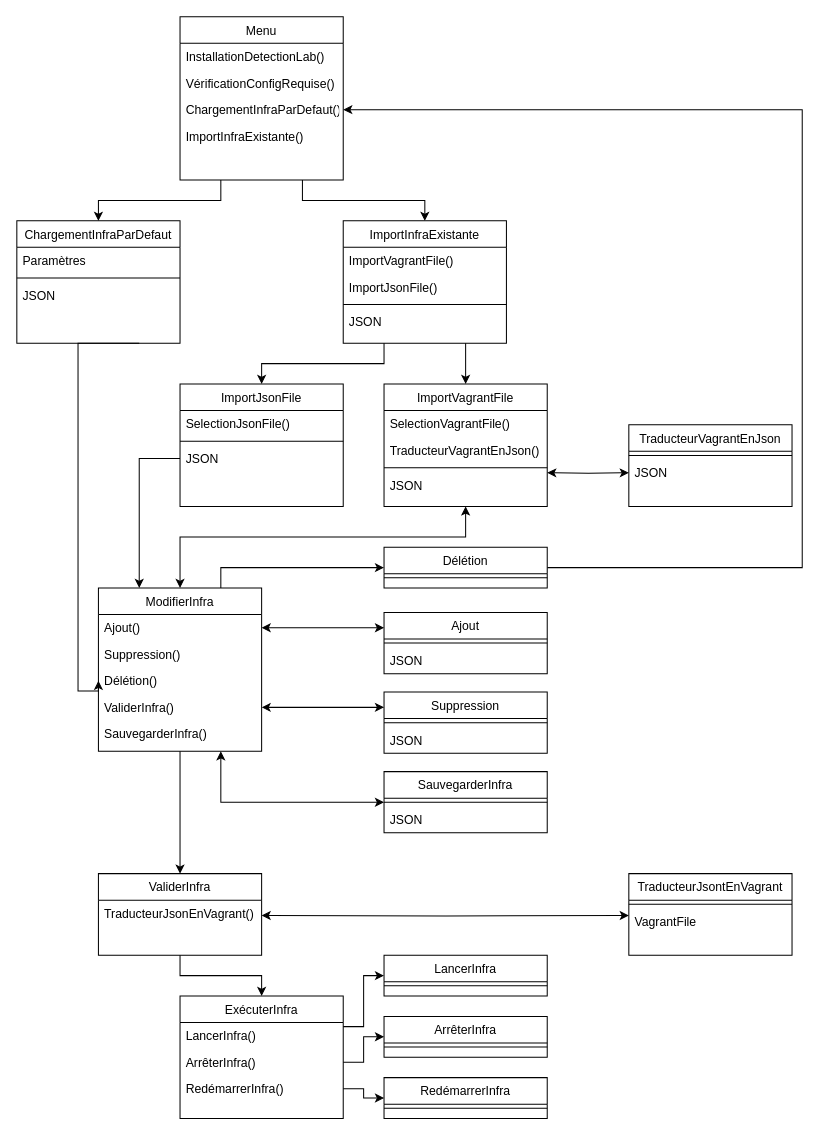
The draw.io diagram UML.drawio in afdun/easydetectionlab, before the edit. Source tidied: cells renumbered, new cells numbered last; positions are measured from the earlier drawing's top-left corner, leaving out a move shared by most shapes. Both pictures are drawn from the tidied source at 102%, with x=0, y=0 at pixel (16, 16).
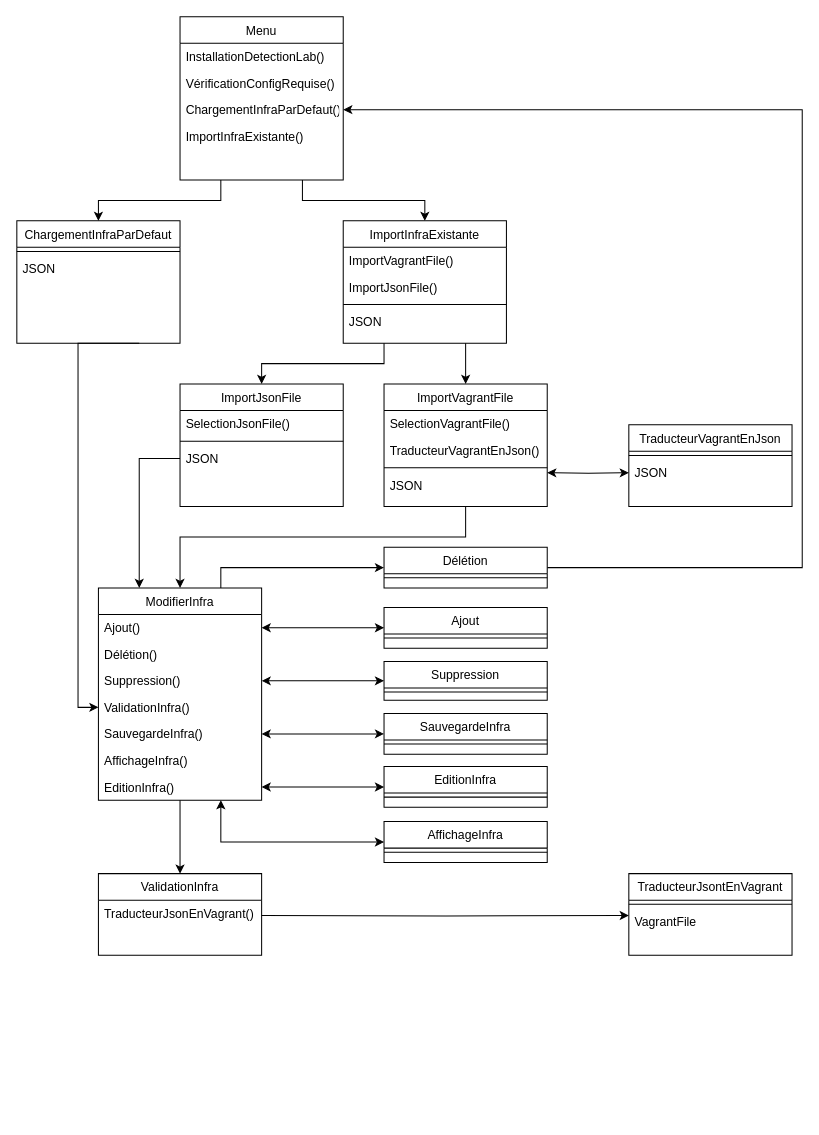
The same page after the edit.

The change refers to these unchanged cells:
```xml
<mxCell id="18" value="Ajout()" style="text;align=left;verticalAlign=top;spacingLeft=4;spacingRight=4;overflow=hidden;points=[[0,0.5],[1,0.5]];portConstraint=eastwest;" parent="17" vertex="1">
  <mxGeometry y="26" width="160" height="26" as="geometry" />
</mxCell>
<mxCell id="24" value="ChargementInfraParDefaut" style="swimlane;fontStyle=0;align=center;verticalAlign=top;horizontal=1;startSize=26;rounded=0;shadow=0;strokeWidth=1;" parent="1" vertex="1">
  <mxGeometry y="200" width="160" height="120" as="geometry" />
</mxCell>
<mxCell id="51" value="ImportVagrantFile" style="swimlane;fontStyle=0;align=center;verticalAlign=top;horizontal=1;startSize=26;rounded=0;shadow=0;strokeWidth=1;" parent="1" vertex="1">
  <mxGeometry x="360" y="360" width="160" height="120" as="geometry" />
</mxCell>
<mxCell id="66" value="VagrantFile" style="text;align=left;verticalAlign=top;spacingLeft=4;spacingRight=4;overflow=hidden;points=[[0,0.5],[1,0.5]];portConstraint=eastwest;" parent="64" vertex="1">
  <mxGeometry y="34" width="160" height="26" as="geometry" />
</mxCell>
```

Diff of the diagram source:
```diff
@@
-    <mxCell id="16" style="edgeStyle=orthogonalEdgeStyle;rounded=0;jettySize=auto;html=1;exitX=0.75;exitY=1;exitDx=0;exitDy=0;entryX=0;entryY=0.5;entryDx=0;entryDy=0;startArrow=classic;startFill=1;" parent="1" edge="1" source="17" target="38">
-      <mxGeometry relative="1" as="geometry" />
-    </mxCell>
+    <mxCell id="79" style="edgeStyle=orthogonalEdgeStyle;rounded=0;jettySize=auto;html=1;exitX=0.75;exitY=1;exitDx=0;exitDy=0;entryX=0;entryY=0.5;entryDx=0;entryDy=0;startArrow=classic;startFill=1;" parent="1" edge="1" source="17" target="84">
+      <mxGeometry relative="1" as="geometry" />
+    </mxCell>
     <mxCell id="17" value="ModifierInfra" style="swimlane;fontStyle=0;align=center;verticalAlign=top;horizontal=1;startSize=26;rounded=0;shadow=0;strokeWidth=1;" parent="1" vertex="1">
-      <mxGeometry x="80" y="560" width="160" height="160" as="geometry" />
+      <mxGeometry x="80" y="560" width="160" height="208" as="geometry" />
     </mxCell>
@@
+    <mxCell id="20" value="Délétion()" style="text;align=left;verticalAlign=top;spacingLeft=4;spacingRight=4;overflow=hidden;points=[[0,0.5],[1,0.5]];portConstraint=eastwest;" parent="17" vertex="1">
+      <mxGeometry y="52" width="160" height="26" as="geometry" />
+    </mxCell>
     <mxCell id="19" value="Suppression()" style="text;align=left;verticalAlign=top;spacingLeft=4;spacingRight=4;overflow=hidden;points=[[0,0.5],[1,0.5]];portConstraint=eastwest;" parent="17" vertex="1">
-      <mxGeometry y="52" width="160" height="26" as="geometry" />
+      <mxGeometry y="78" width="160" height="26" as="geometry" />
     </mxCell>
-    <mxCell id="20" value="Délétion()" style="text;align=left;verticalAlign=top;spacingLeft=4;spacingRight=4;overflow=hidden;points=[[0,0.5],[1,0.5]];portConstraint=eastwest;" parent="17" vertex="1">
-      <mxGeometry y="78" width="160" height="26" as="geometry" />
-    </mxCell>
-    <mxCell id="21" value="ValiderInfra()" style="text;align=left;verticalAlign=top;spacingLeft=4;spacingRight=4;overflow=hidden;points=[[0,0.5],[1,0.5]];portConstraint=eastwest;" parent="17" vertex="1">
+    <mxCell id="21" value="ValidationInfra()" style="text;align=left;verticalAlign=top;spacingLeft=4;spacingRight=4;overflow=hidden;points=[[0,0.5],[1,0.5]];portConstraint=eastwest;" parent="17" vertex="1">
       <mxGeometry y="104" width="160" height="26" as="geometry" />
     </mxCell>
-    <mxCell id="22" value="SauvegarderInfra()" style="text;align=left;verticalAlign=top;spacingLeft=4;spacingRight=4;overflow=hidden;points=[[0,0.5],[1,0.5]];portConstraint=eastwest;" parent="17" vertex="1">
+    <mxCell id="22" value="SauvegardeInfra()" style="text;align=left;verticalAlign=top;spacingLeft=4;spacingRight=4;overflow=hidden;points=[[0,0.5],[1,0.5]];portConstraint=eastwest;" parent="17" vertex="1">
       <mxGeometry y="130" width="160" height="26" as="geometry" />
     </mxCell>
+    <mxCell id="80" value="AffichageInfra()" style="text;align=left;verticalAlign=top;spacingLeft=4;spacingRight=4;overflow=hidden;" parent="17" vertex="1">
+      <mxGeometry y="156" width="160" height="26" as="geometry" />
+    </mxCell>
+    <mxCell id="81" value="EditionInfra()" style="text;align=left;verticalAlign=top;spacingLeft=4;spacingRight=4;overflow=hidden;points=[[0,0.5],[1,0.5]];portConstraint=eastwest;" parent="17" vertex="1">
+      <mxGeometry y="182" width="160" height="26" as="geometry" />
+    </mxCell>
-    <mxCell id="23" style="edgeStyle=orthogonalEdgeStyle;rounded=0;jettySize=auto;html=1;exitX=0.75;exitY=1;exitDx=0;exitDy=0;entryX=0;entryY=0.5;entryDx=0;entryDy=0;startArrow=none;startFill=0;" parent="1" edge="1" source="24" target="20">
+    <mxCell id="23" style="edgeStyle=orthogonalEdgeStyle;rounded=0;jettySize=auto;html=1;exitX=0.75;exitY=1;exitDx=0;exitDy=0;entryX=0;entryY=0.5;entryDx=0;entryDy=0;startArrow=none;startFill=0;" parent="1" edge="1" source="24" target="21">
       <mxGeometry relative="1" as="geometry">
         <Array as="points">
           <mxPoint x="60" y="320" />
-          <mxPoint x="60" y="661" />
+          <mxPoint x="60" y="677" />
         </Array>
       </mxGeometry>
     </mxCell>
@@
-    <mxCell id="25" value="Paramètres" style="text;align=left;verticalAlign=top;spacingLeft=4;spacingRight=4;overflow=hidden;" parent="24" vertex="1">
-      <mxGeometry y="26" width="160" height="26" as="geometry" />
-    </mxCell>
     <mxCell id="26" style="line;html=1;strokeWidth=1;align=left;verticalAlign=middle;spacingTop=-1;spacingLeft=3;spacingRight=3;labelPosition=right;" parent="24" vertex="1">
-      <mxGeometry y="52" width="160" height="8" as="geometry" />
+      <mxGeometry y="26" width="160" height="8" as="geometry" />
     </mxCell>
     <mxCell id="27" value="JSON" style="text;align=left;verticalAlign=top;spacingLeft=4;spacingRight=4;overflow=hidden;" parent="24" vertex="1">
-      <mxGeometry y="60" width="160" height="26" as="geometry" />
+      <mxGeometry y="34" width="160" height="26" as="geometry" />
     </mxCell>
@@
     <mxCell id="29" value="Ajout" style="swimlane;fontStyle=0;align=center;verticalAlign=top;horizontal=1;startSize=26;rounded=0;shadow=0;strokeWidth=1;" parent="1" vertex="1">
-      <mxGeometry x="360" y="584" width="160" height="60" as="geometry" />
+      <mxGeometry x="360" y="579" width="160" height="40" as="geometry" />
     </mxCell>
@@
-    <mxCell id="31" value="JSON" style="text;align=left;verticalAlign=top;spacingLeft=4;spacingRight=4;overflow=hidden;" parent="29" vertex="1">
-      <mxGeometry y="34" width="160" height="26" as="geometry" />
-    </mxCell>
     <mxCell id="32" value="Suppression" style="swimlane;fontStyle=0;align=center;verticalAlign=top;horizontal=1;startSize=26;rounded=0;shadow=0;strokeWidth=1;" parent="1" vertex="1">
-      <mxGeometry x="360" y="662" width="160" height="60" as="geometry" />
+      <mxGeometry x="360" y="632" width="160" height="38" as="geometry" />
     </mxCell>
@@
-    <mxCell id="34" value="JSON" style="text;align=left;verticalAlign=top;spacingLeft=4;spacingRight=4;overflow=hidden;" parent="32" vertex="1">
-      <mxGeometry y="34" width="160" height="26" as="geometry" />
-    </mxCell>
@@
-    <mxCell id="38" value="SauvegarderInfra" style="swimlane;fontStyle=0;align=center;verticalAlign=top;horizontal=1;startSize=26;rounded=0;shadow=0;strokeWidth=1;" parent="1" vertex="1">
-      <mxGeometry x="360" y="740" width="160" height="60" as="geometry" />
+    <mxCell id="38" value="SauvegardeInfra" style="swimlane;fontStyle=0;align=center;verticalAlign=top;horizontal=1;startSize=26;rounded=0;shadow=0;strokeWidth=1;" parent="1" vertex="1">
+      <mxGeometry x="360" y="683" width="160" height="40" as="geometry" />
     </mxCell>
@@
-    <mxCell id="40" value="JSON" style="text;align=left;verticalAlign=top;spacingLeft=4;spacingRight=4;overflow=hidden;" parent="38" vertex="1">
-      <mxGeometry y="34" width="160" height="26" as="geometry" />
-    </mxCell>
-    <mxCell id="41" style="edgeStyle=orthogonalEdgeStyle;rounded=0;jettySize=auto;html=1;exitX=1;exitY=0.25;exitDx=0;exitDy=0;entryX=0;entryY=0.5;entryDx=0;entryDy=0;startArrow=none;startFill=0;" parent="1" edge="1" source="42" target="70">
-      <mxGeometry relative="1" as="geometry" />
-    </mxCell>
-    <mxCell id="42" value="ExécuterInfra" style="swimlane;fontStyle=0;align=center;verticalAlign=top;horizontal=1;startSize=26;rounded=0;shadow=0;strokeWidth=1;" parent="1" vertex="1">
-      <mxGeometry x="160" y="960" width="160" height="120" as="geometry" />
-    </mxCell>
-    <mxCell id="43" value="LancerInfra()" style="text;align=left;verticalAlign=top;spacingLeft=4;spacingRight=4;overflow=hidden;" parent="42" vertex="1">
-      <mxGeometry y="26" width="160" height="26" as="geometry" />
-    </mxCell>
-    <mxCell id="44" value="ArrêterInfra()" style="text;align=left;verticalAlign=top;spacingLeft=4;spacingRight=4;overflow=hidden;points=[[0,0.5],[1,0.5]];portConstraint=eastwest;" parent="42" vertex="1">
-      <mxGeometry y="52" width="160" height="26" as="geometry" />
-    </mxCell>
-    <mxCell id="45" value="RedémarrerInfra()" style="text;align=left;verticalAlign=top;spacingLeft=4;spacingRight=4;overflow=hidden;points=[[0,0.5],[1,0.5]];portConstraint=eastwest;" parent="42" vertex="1">
-      <mxGeometry y="78" width="160" height="26" as="geometry" />
-    </mxCell>
-    <mxCell id="46" style="edgeStyle=orthogonalEdgeStyle;rounded=0;jettySize=auto;html=1;entryX=0;entryY=0.269;entryDx=0;entryDy=0;startArrow=classic;startFill=1;entryPerimeter=0;" parent="1" edge="1" target="66">
+    <mxCell id="46" style="edgeStyle=orthogonalEdgeStyle;rounded=0;jettySize=auto;html=1;entryX=0;entryY=0.269;entryDx=0;entryDy=0;startArrow=none;startFill=0;entryPerimeter=0;" parent="1" edge="1" target="66">
       <mxGeometry relative="1" as="geometry">
         <mxPoint x="240" y="881" as="sourcePoint" />
       </mxGeometry>
     </mxCell>
-    <mxCell id="47" style="edgeStyle=orthogonalEdgeStyle;rounded=0;jettySize=auto;html=1;exitX=0.5;exitY=1;exitDx=0;exitDy=0;entryX=0.5;entryY=0;entryDx=0;entryDy=0;startArrow=none;startFill=0;" parent="1" edge="1" source="48" target="42">
-      <mxGeometry relative="1" as="geometry" />
-    </mxCell>
-    <mxCell id="48" value="ValiderInfra" style="swimlane;fontStyle=0;align=center;verticalAlign=top;horizontal=1;startSize=26;rounded=0;shadow=0;strokeWidth=1;" parent="1" vertex="1">
+    <mxCell id="48" value="ValidationInfra" style="swimlane;fontStyle=0;align=center;verticalAlign=top;horizontal=1;startSize=26;rounded=0;shadow=0;strokeWidth=1;" parent="1" vertex="1">
       <mxGeometry x="80" y="840" width="160" height="80" as="geometry" />
     </mxCell>
@@
-    <mxCell id="50" style="edgeStyle=orthogonalEdgeStyle;rounded=0;jettySize=auto;html=1;exitX=0.5;exitY=1;exitDx=0;exitDy=0;entryX=0.5;entryY=0;entryDx=0;entryDy=0;startArrow=classic;startFill=1;" parent="1" edge="1" source="51" target="17">
+    <mxCell id="50" style="edgeStyle=orthogonalEdgeStyle;rounded=0;jettySize=auto;html=1;exitX=0.5;exitY=1;exitDx=0;exitDy=0;entryX=0.5;entryY=0;entryDx=0;entryDy=0;startArrow=none;startFill=0;" parent="1" edge="1" source="51" target="17">
       <mxGeometry relative="1" as="geometry">
         <Array as="points">
           <mxPoint x="440" y="510" />
           <mxPoint x="160" y="510" />
         </Array>
       </mxGeometry>
     </mxCell>
@@
-    <mxCell id="67" style="edgeStyle=orthogonalEdgeStyle;rounded=0;jettySize=auto;html=1;entryX=0;entryY=0.25;entryDx=0;entryDy=0;startArrow=classic;startFill=1;exitX=1;exitY=0.5;exitDx=0;exitDy=0;" parent="1" edge="1" source="21" target="32">
+    <mxCell id="67" style="edgeStyle=orthogonalEdgeStyle;rounded=0;jettySize=auto;html=1;entryX=0;entryY=0.5;entryDx=0;entryDy=0;startArrow=classic;startFill=1;exitX=1;exitY=0.5;exitDx=0;exitDy=0;" parent="1" edge="1" source="19" target="32">
       <mxGeometry relative="1" as="geometry" />
     </mxCell>
@@
-    <mxCell id="70" value="LancerInfra" style="swimlane;fontStyle=0;align=center;verticalAlign=top;horizontal=1;startSize=26;rounded=0;shadow=0;strokeWidth=1;" parent="1" vertex="1">
-      <mxGeometry x="360" y="920" width="160" height="40" as="geometry" />
-    </mxCell>
-    <mxCell id="71" style="line;html=1;strokeWidth=1;align=left;verticalAlign=middle;spacingTop=-1;spacingLeft=3;spacingRight=3;labelPosition=right;" parent="70" vertex="1">
-      <mxGeometry y="26" width="160" height="8" as="geometry" />
-    </mxCell>
-    <mxCell id="72" value="ArrêterInfra" style="swimlane;fontStyle=0;align=center;verticalAlign=top;horizontal=1;startSize=26;rounded=0;shadow=0;strokeWidth=1;" parent="1" vertex="1">
-      <mxGeometry x="360" y="980" width="160" height="40" as="geometry" />
-    </mxCell>
-    <mxCell id="73" style="line;html=1;strokeWidth=1;align=left;verticalAlign=middle;spacingTop=-1;spacingLeft=3;spacingRight=3;labelPosition=right;" parent="72" vertex="1">
-      <mxGeometry y="26" width="160" height="8" as="geometry" />
-    </mxCell>
-    <mxCell id="74" value="RedémarrerInfra" style="swimlane;fontStyle=0;align=center;verticalAlign=top;horizontal=1;startSize=26;rounded=0;shadow=0;strokeWidth=1;" parent="1" vertex="1">
-      <mxGeometry x="360" y="1040" width="160" height="40" as="geometry" />
-    </mxCell>
-    <mxCell id="75" style="line;html=1;strokeWidth=1;align=left;verticalAlign=middle;spacingTop=-1;spacingLeft=3;spacingRight=3;labelPosition=right;" parent="74" vertex="1">
-      <mxGeometry y="26" width="160" height="8" as="geometry" />
-    </mxCell>
-    <mxCell id="76" style="edgeStyle=orthogonalEdgeStyle;rounded=0;jettySize=auto;html=1;exitX=1;exitY=0.5;exitDx=0;exitDy=0;entryX=0;entryY=0.5;entryDx=0;entryDy=0;startArrow=none;startFill=0;" parent="1" edge="1" source="44" target="72">
-      <mxGeometry relative="1" as="geometry" />
-    </mxCell>
-    <mxCell id="77" style="edgeStyle=orthogonalEdgeStyle;rounded=0;jettySize=auto;html=1;exitX=1;exitY=0.5;exitDx=0;exitDy=0;entryX=0;entryY=0.5;entryDx=0;entryDy=0;startArrow=none;startFill=0;" parent="1" edge="1" source="45" target="74">
-      <mxGeometry relative="1" as="geometry" />
-    </mxCell>
-    <mxCell id="78" style="edgeStyle=orthogonalEdgeStyle;rounded=0;jettySize=auto;html=1;exitX=1;exitY=0.5;exitDx=0;exitDy=0;entryX=0;entryY=0.25;entryDx=0;entryDy=0;startArrow=classic;startFill=1;" parent="1" edge="1" source="18" target="29">
+    <mxCell id="78" style="edgeStyle=orthogonalEdgeStyle;rounded=0;jettySize=auto;html=1;exitX=1;exitY=0.5;exitDx=0;exitDy=0;entryX=0;entryY=0.5;entryDx=0;entryDy=0;startArrow=classic;startFill=1;" parent="1" edge="1" source="18" target="29">
       <mxGeometry relative="1" as="geometry" />
     </mxCell>
+    <mxCell id="82" value="EditionInfra" style="swimlane;fontStyle=0;align=center;verticalAlign=top;horizontal=1;startSize=26;rounded=0;shadow=0;strokeWidth=1;" parent="1" vertex="1">
+      <mxGeometry x="360" y="735" width="160" height="40" as="geometry" />
+    </mxCell>
+    <mxCell id="83" style="line;html=1;strokeWidth=1;align=left;verticalAlign=middle;spacingTop=-1;spacingLeft=3;spacingRight=3;labelPosition=right;" parent="82" vertex="1">
+      <mxGeometry y="26" width="160" height="8" as="geometry" />
+    </mxCell>
+    <mxCell id="84" value="AffichageInfra" style="swimlane;fontStyle=0;align=center;verticalAlign=top;horizontal=1;startSize=26;rounded=0;shadow=0;strokeWidth=1;" parent="1" vertex="1">
+      <mxGeometry x="360" y="789" width="160" height="40" as="geometry" />
+    </mxCell>
+    <mxCell id="85" style="line;html=1;strokeWidth=1;align=left;verticalAlign=middle;spacingTop=-1;spacingLeft=3;spacingRight=3;labelPosition=right;" parent="84" vertex="1">
+      <mxGeometry y="26" width="160" height="8" as="geometry" />
+    </mxCell>
+    <mxCell id="86" style="edgeStyle=orthogonalEdgeStyle;rounded=0;jettySize=auto;html=1;exitX=1;exitY=0.5;exitDx=0;exitDy=0;entryX=0;entryY=0.5;entryDx=0;entryDy=0;startArrow=classic;startFill=1;" parent="1" edge="1" source="22" target="38">
+      <mxGeometry relative="1" as="geometry" />
+    </mxCell>
+    <mxCell id="87" style="edgeStyle=orthogonalEdgeStyle;rounded=0;jettySize=auto;html=1;exitX=1;exitY=0.5;exitDx=0;exitDy=0;entryX=0;entryY=0.5;entryDx=0;entryDy=0;startArrow=classic;startFill=1;" parent="1" edge="1" source="81" target="82">
+      <mxGeometry relative="1" as="geometry" />
+    </mxCell>
```
